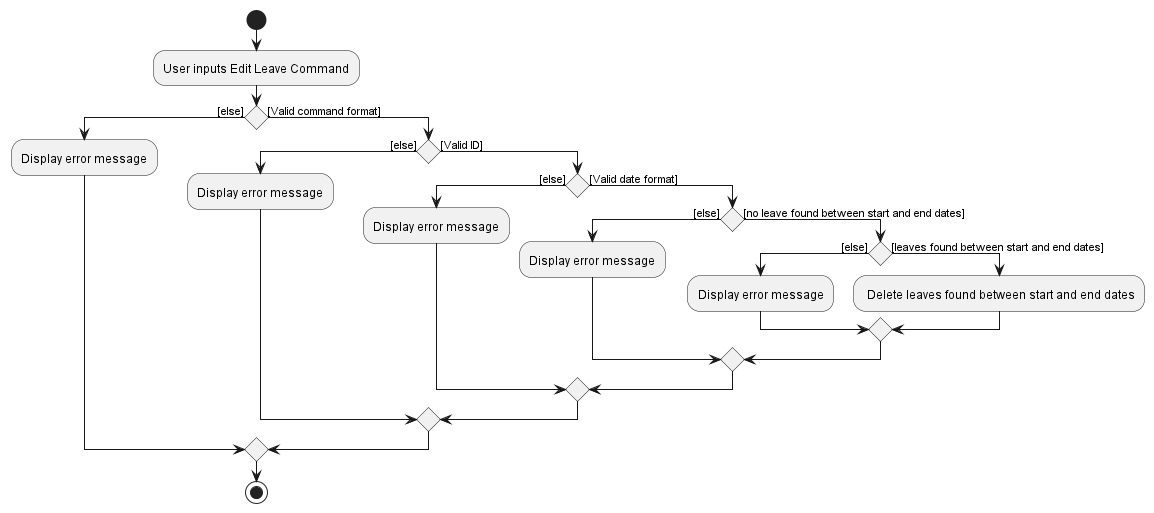
Before: docs/images/DeleteLeaveActivityDiagram.png, a diagram exported from PlantUML (nus-cs2103-AY2324S1/tp).
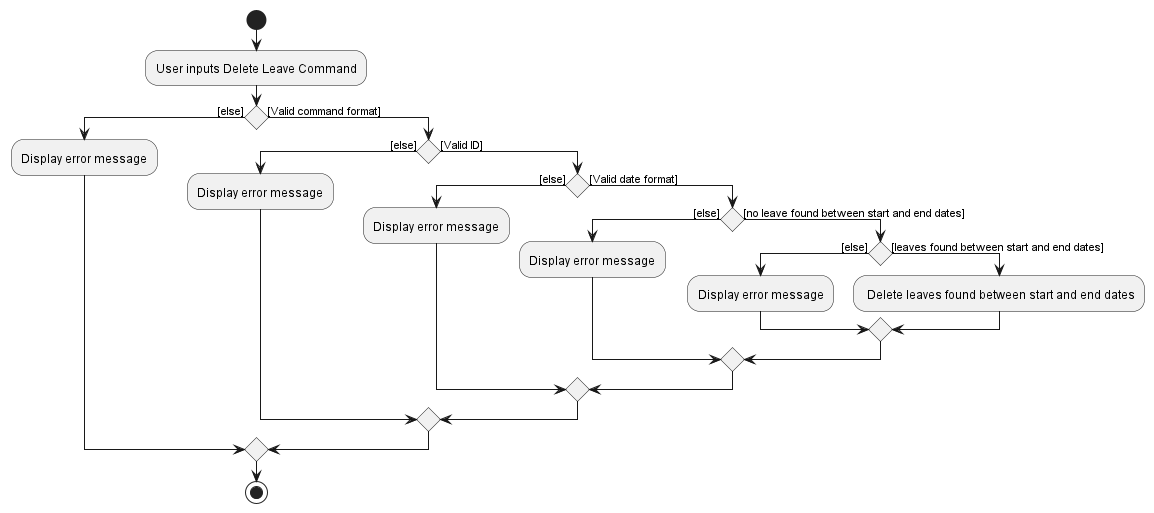
After the change.

Change to the diagram source:
```diff
@@ -1,7 +1,7 @@
 @startuml
 
 start
-:User inputs Edit Leave Command;
+:User inputs Delete Leave Command;
 
 if () then ([else])
   :Display error message;
```
